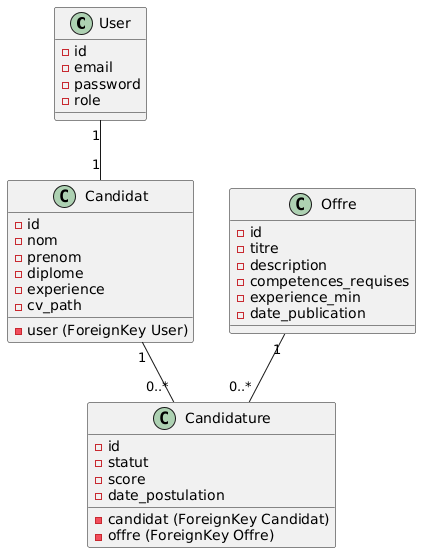
This is Conc/Diagramme de classes.png from Abdrahmanboulvali/recruitment_system, a PlantUML export, as it was before one commit. The source it was exported from:
```plantuml
@startuml
class User {
  - id
  - email
  - password
  - role
}

class Candidat {
  - id
  - user (ForeignKey User)
  - nom
  - prenom
  - diplome
  - experience
  - cv_path
}

class Offre {
  - id
  - titre
  - description
  - competences_requises
  - experience_min
  - date_publication
}

class Candidature {
  - id
  - candidat (ForeignKey Candidat)
  - offre (ForeignKey Offre)
  - statut
  - score
  - date_postulation
}

User "1" -- "1" Candidat
Candidat "1" -- "0..*" Candidature
Offre "1" -- "0..*" Candidature
@enduml
```
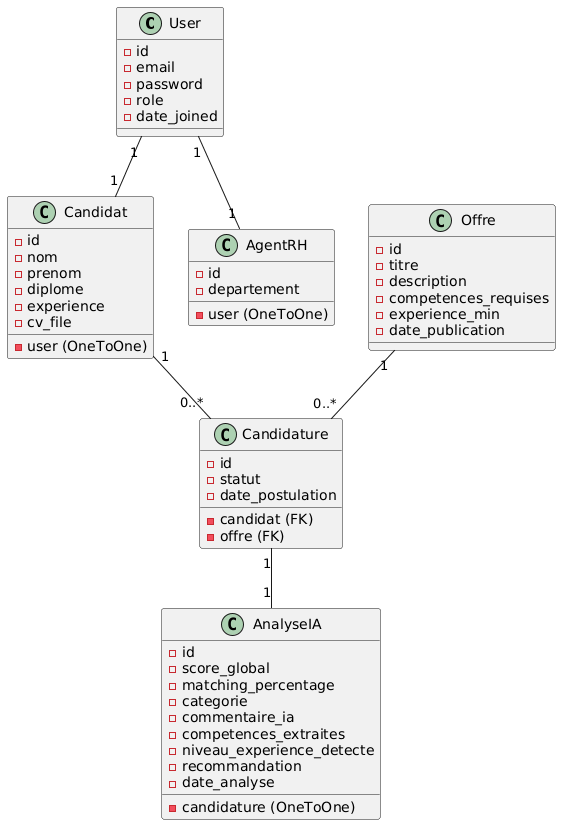
After the commit.

The edit, as a diff of the source:
```diff
@@ -4,16 +4,23 @@
   - email
   - password
   - role
+  - date_joined
 }
 
 class Candidat {
   - id
-  - user (ForeignKey User)
+  - user (OneToOne)
   - nom
   - prenom
   - diplome
   - experience
-  - cv_path
+  - cv_file
+}
+
+class AgentRH {
+  - id
+  - user (OneToOne)
+  - departement
 }
 
 class Offre {
@@ -27,14 +34,28 @@
 
 class Candidature {
   - id
-  - candidat (ForeignKey Candidat)
-  - offre (ForeignKey Offre)
+  - candidat (FK)
+  - offre (FK)
   - statut
-  - score
   - date_postulation
 }
 
+class AnalyseIA {
+  - id
+  - candidature (OneToOne)
+  - score_global
+  - matching_percentage
+  - categorie
+  - commentaire_ia
+  - competences_extraites
+  - niveau_experience_detecte
+  - recommandation
+  - date_analyse
+}
+
 User "1" -- "1" Candidat
+User "1" -- "1" AgentRH
 Candidat "1" -- "0..*" Candidature
 Offre "1" -- "0..*" Candidature
+Candidature "1" -- "1" AnalyseIA
 @enduml
```
